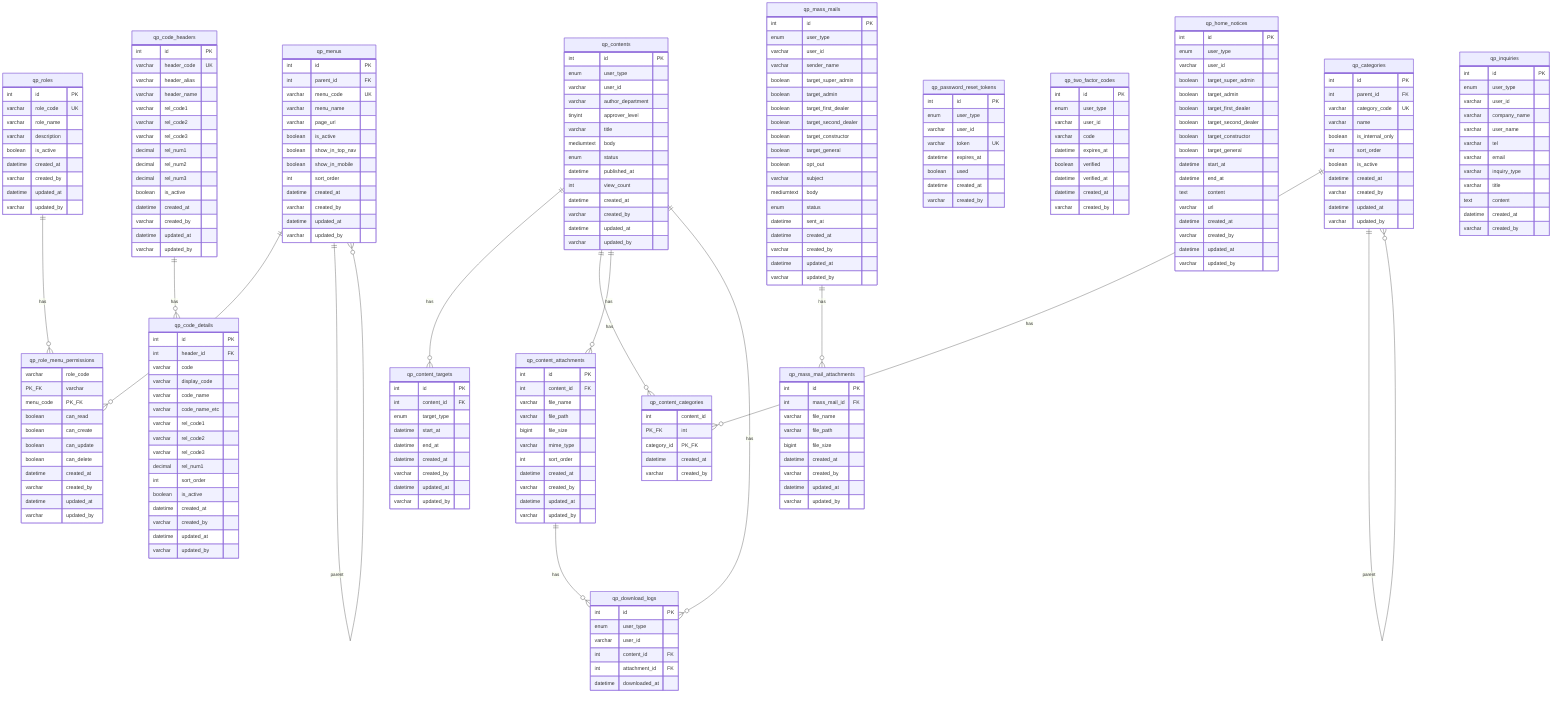
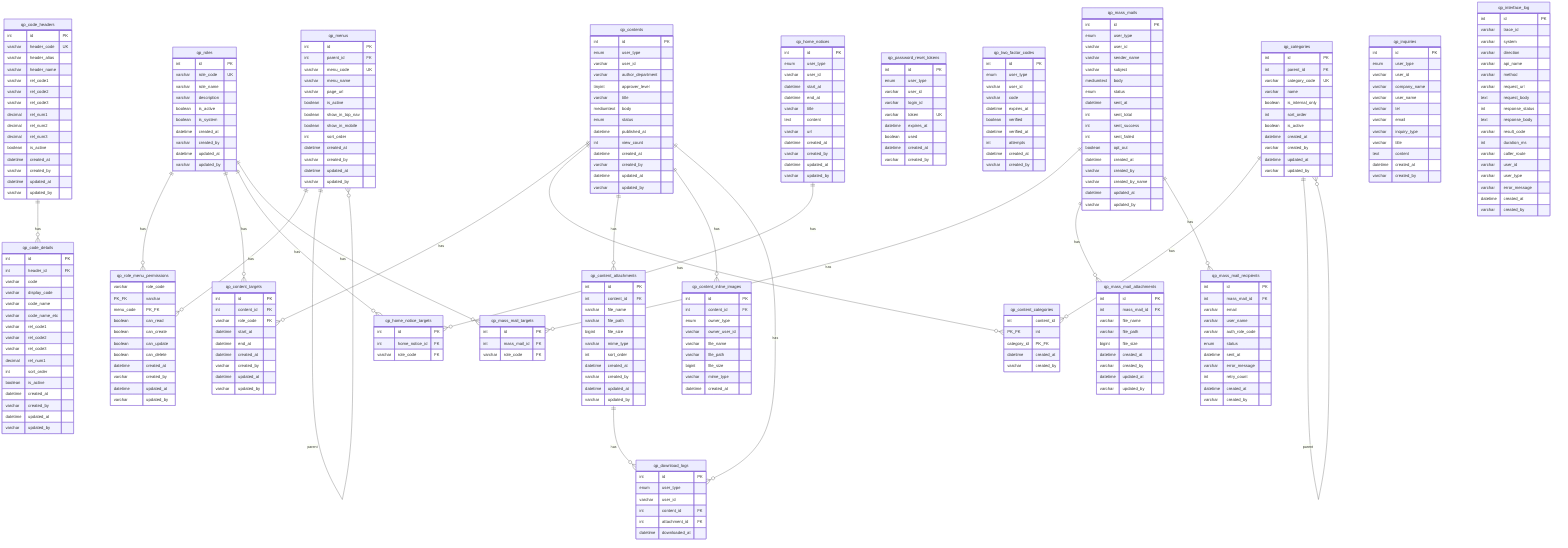
erDiagram
    %% ━━━ 권한/메뉴 관련 ━━━
    qp_roles {
        int id PK
        varchar role_code UK
        varchar role_name
        varchar description
        boolean is_active
+         boolean is_system
        datetime created_at
        varchar created_by
        datetime updated_at
        varchar updated_by
    }

    qp_role_menu_permissions {
        varchar role_code PK_FK
        varchar menu_code PK_FK
        boolean can_read
        boolean can_create
        boolean can_update
        boolean can_delete
        datetime created_at
        varchar created_by
        datetime updated_at
        varchar updated_by
    }

    qp_menus {
        int id PK
        int parent_id FK
        varchar menu_code UK
        varchar menu_name
        varchar page_url
        boolean is_active
        boolean show_in_top_nav
        boolean show_in_mobile
        int sort_order
        datetime created_at
        varchar created_by
        datetime updated_at
        varchar updated_by
    }

    qp_code_headers {
        int id PK
        varchar header_code UK
        varchar header_alias
        varchar header_name
        varchar rel_code1
        varchar rel_code2
        varchar rel_code3
        decimal rel_num1
        decimal rel_num2
        decimal rel_num3
        boolean is_active
        datetime created_at
        varchar created_by
        datetime updated_at
        varchar updated_by
    }

    qp_code_details {
        int id PK
        int header_id FK
        varchar code
        varchar display_code
        varchar code_name
        varchar code_name_etc
        varchar rel_code1
        varchar rel_code2
        varchar rel_code3
        decimal rel_num1
        int sort_order
        boolean is_active
        datetime created_at
        varchar created_by
        datetime updated_at
        varchar updated_by
    }

    %% ━━━ 콘텐츠 관련 ━━━
    qp_contents {
        int id PK
        enum user_type
        varchar user_id
        varchar author_department
        tinyint approver_level
        varchar title
        mediumtext body
        enum status
        datetime published_at
        int view_count
        datetime created_at
        varchar created_by
        datetime updated_at
        varchar updated_by
    }

    qp_content_targets {
        int id PK
        int content_id FK
-         enum target_type
+         varchar role_code FK
        datetime start_at
        datetime end_at
        datetime created_at
        varchar created_by
        datetime updated_at
        varchar updated_by
    }

    qp_categories {
        int id PK
        int parent_id FK
        varchar category_code UK
        varchar name
        boolean is_internal_only
        int sort_order
        boolean is_active
        datetime created_at
        varchar created_by
        datetime updated_at
        varchar updated_by
    }

    qp_content_categories {
        int content_id PK_FK
        int category_id PK_FK
        datetime created_at
        varchar created_by
    }

    qp_content_attachments {
        int id PK
        int content_id FK
        varchar file_name
        varchar file_path
        bigint file_size
        varchar mime_type
        int sort_order
        datetime created_at
        varchar created_by
        datetime updated_at
        varchar updated_by
    }

+     qp_content_inline_images {
+         int id PK
+         int content_id FK
+         enum owner_type
+         varchar owner_user_id
+         varchar file_name
+         varchar file_path
+         bigint file_size
+         varchar mime_type
+         datetime created_at
+     }
+ 
    %% ━━━ 인증 관련 ━━━
    qp_password_reset_tokens {
        int id PK
        enum user_type
        varchar user_id
+         varchar login_id
        varchar token UK
        datetime expires_at
        boolean used
        datetime created_at
        varchar created_by
    }

    qp_two_factor_codes {
        int id PK
        enum user_type
        varchar user_id
        varchar code
        datetime expires_at
        boolean verified
        datetime verified_at
-         datetime created_at
-         varchar created_by
-     }
- 
-     %% ━━━ 서비스 운영 ━━━
+         int attempts
+         datetime created_at
+         varchar created_by
+     }
+ 
+     %% ━━━ 홈공지 / 대량메일 ━━━
    qp_home_notices {
        int id PK
        enum user_type
        varchar user_id
-         boolean target_super_admin
-         boolean target_admin
-         boolean target_first_dealer
-         boolean target_second_dealer
-         boolean target_constructor
-         boolean target_general
        datetime start_at
        datetime end_at
+         varchar title
        text content
        varchar url
        datetime created_at
        varchar created_by
        datetime updated_at
        varchar updated_by
    }

+     qp_home_notice_targets {
+         int id PK
+         int home_notice_id FK
+         varchar role_code FK
+     }
+ 
    qp_mass_mails {
        int id PK
        enum user_type
        varchar user_id
        varchar sender_name
-         boolean target_super_admin
-         boolean target_admin
-         boolean target_first_dealer
-         boolean target_second_dealer
-         boolean target_constructor
-         boolean target_general
-         boolean opt_out
        varchar subject
        mediumtext body
        enum status
        datetime sent_at
-         datetime created_at
-         varchar created_by
-         datetime updated_at
-         varchar updated_by
+         int sent_total
+         int sent_success
+         int sent_failed
+         boolean opt_out
+         datetime created_at
+         varchar created_by
+         varchar created_by_name
+         datetime updated_at
+         varchar updated_by
+     }
+ 
+     qp_mass_mail_targets {
+         int id PK
+         int mass_mail_id FK
+         varchar role_code FK
    }

    qp_mass_mail_attachments {
        int id PK
        int mass_mail_id FK
        varchar file_name
        varchar file_path
        bigint file_size
        datetime created_at
        varchar created_by
        datetime updated_at
        varchar updated_by
    }

+     qp_mass_mail_recipients {
+         int id PK
+         int mass_mail_id FK
+         varchar email
+         varchar user_name
+         varchar auth_role_code
+         enum status
+         datetime sent_at
+         varchar error_message
+         int retry_count
+         datetime created_at
+         varchar created_by
+     }
+ 
+     %% ━━━ 로그 / 문의 / 외부 I/F ━━━
    qp_download_logs {
        int id PK
        enum user_type
        varchar user_id
        int content_id FK
        int attachment_id FK
        datetime downloaded_at
    }

    qp_inquiries {
        int id PK
        enum user_type
        varchar user_id
        varchar company_name
        varchar user_name
        varchar tel
        varchar email
        varchar inquiry_type
        varchar title
        text content
        datetime created_at
        varchar created_by
    }

+     qp_interface_log {
+         int id PK
+         varchar trace_id
+         varchar system
+         varchar direction
+         varchar api_name
+         varchar method
+         varchar request_url
+         text request_body
+         int response_status
+         text response_body
+         varchar result_code
+         int duration_ms
+         varchar caller_route
+         varchar user_id
+         varchar user_type
+         varchar error_message
+         datetime created_at
+         varchar created_by
+     }
+ 
    %% ━━━ 관계 ━━━
    qp_roles ||--o{ qp_role_menu_permissions : "has"
+     qp_roles ||--o{ qp_content_targets : "has"
+     qp_roles ||--o{ qp_home_notice_targets : "has"
+     qp_roles ||--o{ qp_mass_mail_targets : "has"
    qp_menus ||--o{ qp_role_menu_permissions : "has"
    qp_menus ||--o{ qp_menus : "parent"
    qp_code_headers ||--o{ qp_code_details : "has"
    qp_contents ||--o{ qp_content_targets : "has"
    qp_contents ||--o{ qp_content_categories : "has"
    qp_contents ||--o{ qp_content_attachments : "has"
+     qp_contents ||--o{ qp_content_inline_images : "has"
    qp_contents ||--o{ qp_download_logs : "has"
    qp_content_attachments ||--o{ qp_download_logs : "has"
    qp_categories ||--o{ qp_content_categories : "has"
    qp_categories ||--o{ qp_categories : "parent"
+     qp_home_notices ||--o{ qp_home_notice_targets : "has"
+     qp_mass_mails ||--o{ qp_mass_mail_targets : "has"
    qp_mass_mails ||--o{ qp_mass_mail_attachments : "has"
+     qp_mass_mails ||--o{ qp_mass_mail_recipients : "has"
